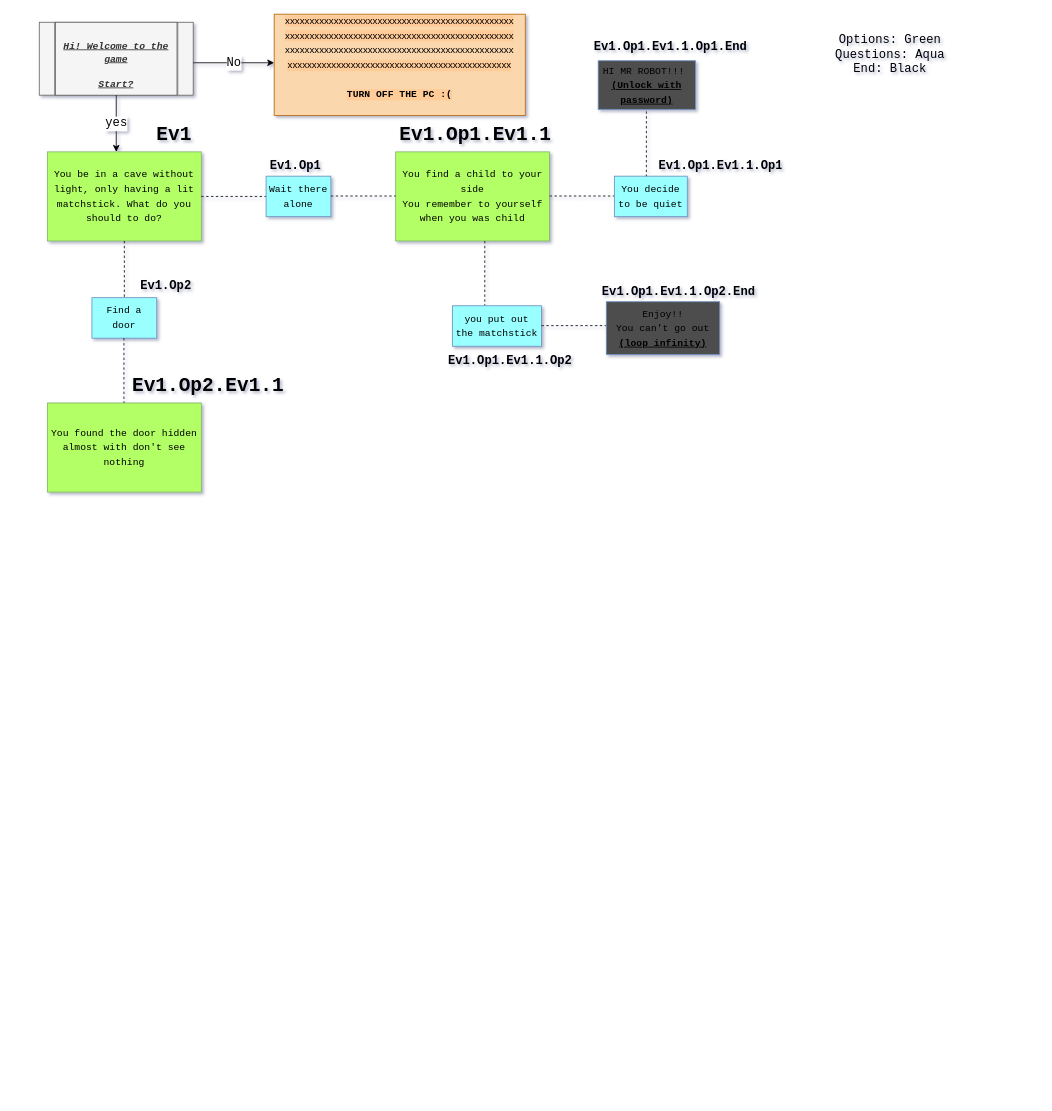
The draw.io diagram Untitled .drawio in Trex-Codes/Find-The-Exit, before the edit. Source tidied: cells renumbered, new cells numbered last; positions are measured from the earlier drawing's top-left corner, leaving out a move shared by most shapes. Both pictures are drawn from the tidied source at 81%, with x=0, y=0 at pixel (39, 14).
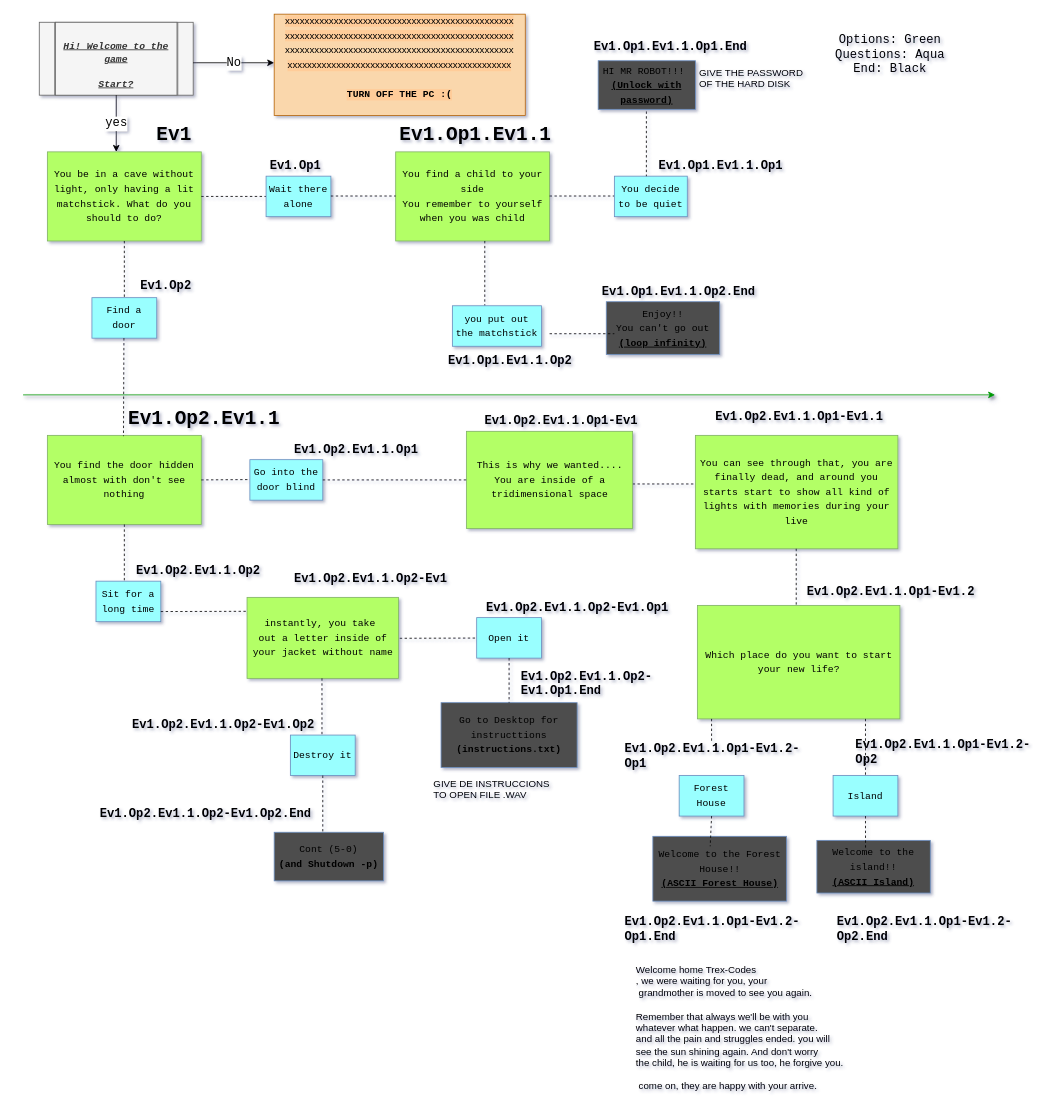
The same diagram, later.

Diff of the diagram source:
```diff
@@
     <mxCell id="23" value="&lt;h1 style=&quot;font-size: 15px;&quot;&gt;Ev1.Op1.Ev1.1&lt;span style=&quot;background-color: initial;&quot;&gt;.&lt;/span&gt;Op1&lt;/h1&gt;" style="text;html=1;strokeColor=none;fillColor=none;spacing=5;spacingTop=-20;whiteSpace=wrap;overflow=hidden;rounded=0;fontFamily=Courier New;fontSize=12;" parent="1" vertex="1">
-      <mxGeometry x="760" y="180" width="160" height="20" as="geometry" />
+      <mxGeometry x="760" y="180" width="170" height="20" as="geometry" />
     </mxCell>
@@
     <mxCell id="28" style="endArrow=none;dashed=1;html=1;rounded=0;fontFamily=Courier New;fontSize=12;exitX=1;exitY=0.5;exitDx=0;exitDy=0;" parent="1" edge="1">
       <mxGeometry relative="1" as="geometry">
-        <mxPoint x="620" y="384.5" as="sourcePoint" />
-        <mxPoint x="700" y="384.5" as="targetPoint" />
+        <mxPoint x="732.5" y="580" as="sourcePoint" />
+        <mxPoint x="812.5" y="580" as="targetPoint" />
       </mxGeometry>
     </mxCell>
@@
-    <mxCell id="31" value="&lt;font style=&quot;&quot;&gt;&lt;span style=&quot;font-size: 12px;&quot;&gt;You found the door hidden almost with don't see nothing&lt;/span&gt;&lt;br&gt;&lt;/font&gt;" style="rounded=0;whiteSpace=wrap;html=1;fontFamily=Courier New;fontSize=15;fillColor=#B3FF66;strokeColor=#82b366;" parent="1" vertex="1">
-      <mxGeometry x="10" y="480" width="190" height="110" as="geometry" />
+    <mxCell id="31" value="&lt;font&gt;&lt;span style=&quot;font-size: 12px&quot;&gt;You find the door hidden almost with don't see nothing&lt;/span&gt;&lt;br&gt;&lt;/font&gt;" style="rounded=0;whiteSpace=wrap;html=1;fontFamily=Courier New;fontSize=15;fillColor=#B3FF66;strokeColor=#82b366;" parent="1" vertex="1">
+      <mxGeometry x="10" y="520" width="190" height="110" as="geometry" />
     </mxCell>
-    <mxCell id="32" style="endArrow=none;dashed=1;html=1;rounded=0;fontFamily=Courier New;fontSize=12;exitX=0.5;exitY=1;exitDx=0;exitDy=0;" parent="1" edge="1">
+    <mxCell id="32" style="endArrow=none;dashed=1;html=1;rounded=0;fontFamily=Courier New;fontSize=12;exitX=0.5;exitY=1;exitDx=0;exitDy=0;entryX=-0.005;entryY=1.025;entryDx=0;entryDy=0;entryPerimeter=0;" parent="1" edge="1" target="34">
       <mxGeometry relative="1" as="geometry">
         <mxPoint x="104.5" y="400" as="sourcePoint" />
-        <mxPoint x="104.5" y="480" as="targetPoint" />
       </mxGeometry>
     </mxCell>
@@
     <mxCell id="34" value="&lt;h1&gt;Ev1.Op2.Ev1.1&lt;/h1&gt;" style="text;html=1;strokeColor=none;fillColor=none;spacing=5;spacingTop=-20;whiteSpace=wrap;overflow=hidden;rounded=0;fontFamily=Courier New;fontSize=12;" parent="1" vertex="1">
-      <mxGeometry x="110" y="440" width="210" height="40" as="geometry" />
+      <mxGeometry x="105" y="480" width="210" height="40" as="geometry" />
     </mxCell>
+    <mxCell id="35" style="html=1;strokeColor=#009900;shadow=1;fillColor=#97D077;" parent="1" edge="1">
+      <mxGeometry relative="1" as="geometry">
+        <mxPoint x="-20" y="470" as="sourcePoint" />
+        <mxPoint x="1180" y="470" as="targetPoint" />
+      </mxGeometry>
+    </mxCell>
+    <mxCell id="36" style="endArrow=none;dashed=1;html=1;rounded=0;fontFamily=Courier New;fontSize=12;exitX=1;exitY=0.5;exitDx=0;exitDy=0;" parent="1" edge="1" source="31">
+      <mxGeometry relative="1" as="geometry">
+        <mxPoint x="270" y="574.5" as="targetPoint" />
+      </mxGeometry>
+    </mxCell>
+    <mxCell id="37" style="endArrow=none;dashed=1;html=1;rounded=0;fontFamily=Courier New;fontSize=12;exitX=0.5;exitY=1;exitDx=0;exitDy=0;" parent="1" edge="1">
+      <mxGeometry relative="1" as="geometry">
+        <mxPoint x="105" y="630" as="sourcePoint" />
+        <mxPoint x="105" y="710" as="targetPoint" />
+      </mxGeometry>
+    </mxCell>
+    <mxCell id="38" value="&lt;font style=&quot;font-size: 12px&quot;&gt;Go into the door blind&lt;/font&gt;" style="rounded=0;whiteSpace=wrap;html=1;fontFamily=Courier New;fontSize=15;fillColor=#99FFFF;strokeColor=#6c8ebf;" parent="1" vertex="1">
+      <mxGeometry x="260" y="550" width="90" height="50" as="geometry" />
+    </mxCell>
+    <mxCell id="39" value="&lt;font style=&quot;font-size: 12px&quot;&gt;Sit for a long time&lt;/font&gt;" style="rounded=0;whiteSpace=wrap;html=1;fontFamily=Courier New;fontSize=15;fillColor=#99FFFF;strokeColor=#6c8ebf;" parent="1" vertex="1">
+      <mxGeometry x="70" y="700" width="80" height="50" as="geometry" />
+    </mxCell>
+    <mxCell id="40" value="&lt;h1 style=&quot;font-size: 15px&quot;&gt;Ev1.Op2.Ev1.1.Op1&lt;/h1&gt;" style="text;html=1;strokeColor=none;fillColor=none;spacing=5;spacingTop=-20;whiteSpace=wrap;overflow=hidden;rounded=0;fontFamily=Courier New;fontSize=12;" parent="1" vertex="1">
+      <mxGeometry x="310" y="530" width="190" height="40" as="geometry" />
+    </mxCell>
+    <mxCell id="41" value="&lt;h1 style=&quot;font-size: 15px&quot;&gt;Ev1.Op2.Ev1.1.Op2&lt;/h1&gt;&lt;div&gt;&lt;br&gt;&lt;/div&gt;" style="text;html=1;strokeColor=none;fillColor=none;spacing=5;spacingTop=-20;whiteSpace=wrap;overflow=hidden;rounded=0;fontFamily=Courier New;fontSize=12;" parent="1" vertex="1">
+      <mxGeometry x="115" y="680" width="190" height="40" as="geometry" />
+    </mxCell>
+    <mxCell id="42" value="&lt;div&gt;&lt;font style=&quot;font-size: 12px&quot; face=&quot;Courier New&quot;&gt;&lt;font style=&quot;font-size: 12px&quot;&gt;This is why we wanted.... &lt;/font&gt;&lt;br&gt;&lt;/font&gt;&lt;/div&gt;&lt;div&gt;&lt;font style=&quot;font-size: 12px&quot; face=&quot;Courier New&quot;&gt;You are inside of a tridimensional space&lt;br&gt;&lt;/font&gt;&lt;/div&gt;" style="rounded=0;whiteSpace=wrap;html=1;fontFamily=Courier New;fontSize=15;fillColor=#B3FF66;strokeColor=#82b366;" parent="1" vertex="1">
+      <mxGeometry x="527.5" y="515" width="205" height="120" as="geometry" />
+    </mxCell>
+    <mxCell id="43" style="endArrow=none;dashed=1;html=1;rounded=0;fontFamily=Courier New;fontSize=12;exitX=1;exitY=0.5;exitDx=0;exitDy=0;entryX=0;entryY=0.5;entryDx=0;entryDy=0;" parent="1" edge="1" source="38" target="42">
+      <mxGeometry relative="1" as="geometry" />
+    </mxCell>
+    <mxCell id="44" value="&lt;div align=&quot;center&quot;&gt;&lt;pre class=&quot;tw-data-text tw-text-large tw-ta&quot; id=&quot;tw-target-text&quot; dir=&quot;ltr&quot;&gt;&lt;font style=&quot;font-size: 12px&quot;&gt;&lt;span class=&quot;Y2IQFc&quot; lang=&quot;en&quot;&gt;instantly&lt;/span&gt;, you take &lt;br&gt;out a letter inside of&lt;br&gt;your jacket without name&lt;br&gt;&lt;/font&gt;&lt;/pre&gt;&lt;/div&gt;" style="rounded=0;whiteSpace=wrap;html=1;fontFamily=Courier New;fontSize=15;fillColor=#B3FF66;strokeColor=#82b366;align=center;" parent="1" vertex="1">
+      <mxGeometry x="256.5" y="720" width="187" height="100" as="geometry" />
+    </mxCell>
+    <mxCell id="45" style="endArrow=none;dashed=1;html=1;rounded=0;fontFamily=Courier New;fontSize=12;exitX=1;exitY=0.75;exitDx=0;exitDy=0;entryX=-0.005;entryY=0.172;entryDx=0;entryDy=0;entryPerimeter=0;" parent="1" edge="1" source="39" target="44">
+      <mxGeometry relative="1" as="geometry" />
+    </mxCell>
+    <mxCell id="46" style="endArrow=none;dashed=1;html=1;rounded=0;fontFamily=Courier New;fontSize=12;exitX=1;exitY=0.5;exitDx=0;exitDy=0;" parent="1" edge="1">
+      <mxGeometry relative="1" as="geometry">
+        <mxPoint x="630" y="394.5" as="sourcePoint" />
+        <mxPoint x="710" y="394.5" as="targetPoint" />
+      </mxGeometry>
+    </mxCell>
+    <mxCell id="47" value="&lt;font style=&quot;font-size: 12px&quot;&gt;You can see through that, you are finally dead, and around you starts start to show all kind of lights with memories during your live&lt;/font&gt;&lt;font style=&quot;font-size: 12px&quot;&gt;&lt;br&gt;&lt;/font&gt;" style="rounded=0;whiteSpace=wrap;html=1;fontFamily=Courier New;fontSize=15;fillColor=#B3FF66;strokeColor=#82b366;" parent="1" vertex="1">
+      <mxGeometry x="810" y="520" width="250" height="140" as="geometry" />
+    </mxCell>
+    <mxCell id="48" style="endArrow=none;dashed=1;html=1;rounded=0;fontFamily=Courier New;fontSize=12;exitX=0.5;exitY=1;exitDx=0;exitDy=0;" parent="1" edge="1">
+      <mxGeometry relative="1" as="geometry">
+        <mxPoint x="934.5" y="660" as="sourcePoint" />
+        <mxPoint x="934.5" y="740" as="targetPoint" />
+      </mxGeometry>
+    </mxCell>
+    <mxCell id="49" value="&lt;font style=&quot;font-size: 12px&quot;&gt;Welcome to the island!!&lt;br&gt;&lt;b&gt;&lt;u&gt;(ASCII Island)&lt;/u&gt;&lt;/b&gt;&lt;br&gt;&lt;/font&gt;" style="rounded=0;whiteSpace=wrap;html=1;fontFamily=Courier New;fontSize=15;fillColor=#4D4D4D;strokeColor=#6c8ebf;" parent="1" vertex="1">
+      <mxGeometry x="960" y="1020" width="140" height="65" as="geometry" />
+    </mxCell>
+    <mxCell id="50" style="endArrow=none;dashed=1;html=1;rounded=0;fontFamily=Courier New;fontSize=12;exitX=1;exitY=0.75;exitDx=0;exitDy=0;entryX=-0.005;entryY=0.172;entryDx=0;entryDy=0;entryPerimeter=0;" parent="1" edge="1">
+      <mxGeometry relative="1" as="geometry">
+        <mxPoint x="445" y="770.5" as="sourcePoint" />
+        <mxPoint x="550.6" y="770.2" as="targetPoint" />
+      </mxGeometry>
+    </mxCell>
+    <mxCell id="51" style="endArrow=none;dashed=1;html=1;rounded=0;fontFamily=Courier New;fontSize=12;exitX=0.5;exitY=1;exitDx=0;exitDy=0;" parent="1" edge="1">
+      <mxGeometry relative="1" as="geometry">
+        <mxPoint x="349" y="820" as="sourcePoint" />
+        <mxPoint x="349" y="900" as="targetPoint" />
+      </mxGeometry>
+    </mxCell>
+    <mxCell id="52" value="&lt;font style=&quot;font-size: 12px&quot;&gt;Open it&lt;/font&gt;" style="rounded=0;whiteSpace=wrap;html=1;fontFamily=Courier New;fontSize=15;fillColor=#99FFFF;strokeColor=#6c8ebf;" parent="1" vertex="1">
+      <mxGeometry x="540" y="745" width="80" height="50" as="geometry" />
+    </mxCell>
+    <mxCell id="53" value="&lt;font style=&quot;font-size: 12px&quot;&gt;Destroy it&lt;/font&gt;" style="rounded=0;whiteSpace=wrap;html=1;fontFamily=Courier New;fontSize=15;fillColor=#99FFFF;strokeColor=#6c8ebf;" parent="1" vertex="1">
+      <mxGeometry x="310" y="890" width="80" height="50" as="geometry" />
+    </mxCell>
+    <mxCell id="54" value="&lt;font style=&quot;font-size: 12px&quot;&gt;Island&lt;/font&gt;" style="rounded=0;whiteSpace=wrap;html=1;fontFamily=Courier New;fontSize=15;fillColor=#99FFFF;strokeColor=#6c8ebf;" parent="1" vertex="1">
+      <mxGeometry x="980" y="940" width="80" height="50" as="geometry" />
+    </mxCell>
+    <mxCell id="55" value="&lt;font style=&quot;font-size: 12px&quot;&gt;Which place do you want to start your new life?&lt;/font&gt;&lt;font style=&quot;font-size: 12px&quot;&gt;&lt;br&gt;&lt;/font&gt;" style="rounded=0;whiteSpace=wrap;html=1;fontFamily=Courier New;fontSize=15;fillColor=#B3FF66;strokeColor=#82b366;" parent="1" vertex="1">
+      <mxGeometry x="812.5" y="730" width="250" height="140" as="geometry" />
+    </mxCell>
+    <mxCell id="56" style="endArrow=none;dashed=1;html=1;rounded=0;fontFamily=Courier New;fontSize=12;exitX=0.5;exitY=1;exitDx=0;exitDy=0;entryX=0.5;entryY=0;entryDx=0;entryDy=0;" parent="1" edge="1" target="54">
+      <mxGeometry relative="1" as="geometry">
+        <mxPoint x="1020" y="870" as="sourcePoint" />
+      </mxGeometry>
+    </mxCell>
+    <mxCell id="57" style="endArrow=none;dashed=1;html=1;rounded=0;fontFamily=Courier New;fontSize=12;exitX=0.5;exitY=1;exitDx=0;exitDy=0;entryX=0.429;entryY=0.154;entryDx=0;entryDy=0;entryPerimeter=0;" parent="1" edge="1" source="54" target="49">
+      <mxGeometry relative="1" as="geometry" />
+    </mxCell>
+    <mxCell id="58" value="&lt;font style=&quot;font-size: 12px&quot;&gt;Welcome to the Forest House!!&lt;br&gt;&lt;b&gt;&lt;u&gt;(ASCII Forest House)&lt;/u&gt;&lt;/b&gt;&lt;br&gt;&lt;/font&gt;" style="rounded=0;whiteSpace=wrap;html=1;fontFamily=Courier New;fontSize=15;fillColor=#4D4D4D;strokeColor=#6c8ebf;" parent="1" vertex="1">
+      <mxGeometry x="757.5" y="1015" width="165" height="80" as="geometry" />
+    </mxCell>
+    <mxCell id="59" value="&lt;div&gt;&lt;font style=&quot;font-size: 12px&quot;&gt;Forest &lt;br&gt;&lt;/font&gt;&lt;/div&gt;&lt;div&gt;&lt;font style=&quot;font-size: 12px&quot;&gt;House&lt;br&gt;&lt;/font&gt;&lt;/div&gt;" style="rounded=0;whiteSpace=wrap;html=1;fontFamily=Courier New;fontSize=15;fillColor=#99FFFF;strokeColor=#6c8ebf;" parent="1" vertex="1">
+      <mxGeometry x="790" y="940" width="80" height="50" as="geometry" />
+    </mxCell>
+    <mxCell id="60" style="endArrow=none;dashed=1;html=1;rounded=0;fontFamily=Courier New;fontSize=12;exitX=0.5;exitY=1;exitDx=0;exitDy=0;entryX=0.5;entryY=0;entryDx=0;entryDy=0;" parent="1" edge="1" source="77" target="59">
+      <mxGeometry relative="1" as="geometry" />
+    </mxCell>
+    <mxCell id="61" style="endArrow=none;dashed=1;html=1;rounded=0;fontFamily=Courier New;fontSize=12;exitX=0.5;exitY=1;exitDx=0;exitDy=0;entryX=0.429;entryY=0.154;entryDx=0;entryDy=0;entryPerimeter=0;" parent="1" edge="1" source="59" target="58">
+      <mxGeometry relative="1" as="geometry" />
+    </mxCell>
+    <mxCell id="62" value="&lt;div&gt;Welcome home Trex-Codes&lt;/div&gt;&lt;div&gt;, we were waiting for you, your&lt;/div&gt;&lt;div&gt;&amp;nbsp;grandmother is moved to see you again.&lt;/div&gt;&lt;div&gt;&lt;br&gt;&lt;/div&gt;&lt;div&gt;Remember that always we'll be with you&lt;/div&gt;&lt;div&gt;whatever what happen. we can't separate.&lt;/div&gt;&lt;div&gt;and all the pain and struggles ended. you will &lt;br&gt;&lt;/div&gt;&lt;div&gt;see the sun shining again. And don't worry&lt;/div&gt;&lt;div&gt;the child, he is waiting for us too, he forgive you.&lt;/div&gt;&lt;div&gt;&lt;br&gt;&lt;/div&gt;&lt;div&gt;&amp;nbsp;come on, they are happy with your arrive.&lt;br&gt;&lt;/div&gt;" style="text;html=1;align=left;verticalAlign=top;spacingTop=-4;" parent="1" vertex="1">
+      <mxGeometry x="735" y="1170" width="270" height="160" as="geometry" />
+    </mxCell>
+    <mxCell id="63" style="endArrow=none;dashed=1;html=1;rounded=0;fontFamily=Courier New;fontSize=12;exitX=0.5;exitY=1;exitDx=0;exitDy=0;" parent="1" edge="1">
+      <mxGeometry relative="1" as="geometry">
+        <mxPoint x="350" y="940" as="sourcePoint" />
+        <mxPoint x="350" y="1020" as="targetPoint" />
+      </mxGeometry>
+    </mxCell>
+    <mxCell id="64" value="&lt;div&gt;&lt;font style=&quot;font-size: 12px&quot;&gt;Cont (5-0)&lt;/font&gt;&lt;/div&gt;&lt;div&gt;&lt;font style=&quot;font-size: 12px&quot;&gt;&lt;b&gt;(and Shutdown -p)&lt;/b&gt;&lt;/font&gt;&lt;/div&gt;" style="rounded=0;whiteSpace=wrap;html=1;fontFamily=Courier New;fontSize=15;fillColor=#4D4D4D;strokeColor=#6c8ebf;" parent="1" vertex="1">
+      <mxGeometry x="290" y="1010" width="135" height="60" as="geometry" />
+    </mxCell>
+    <mxCell id="65" value="&lt;div&gt;&lt;font style=&quot;font-size: 12px&quot;&gt;Go to Desktop for instructtions&lt;/font&gt;&lt;/div&gt;&lt;div&gt;&lt;font style=&quot;font-size: 12px&quot;&gt;&lt;b&gt;(instructions.txt)&lt;/b&gt;&lt;br&gt;&lt;/font&gt;&lt;/div&gt;" style="rounded=0;whiteSpace=wrap;html=1;fontFamily=Courier New;fontSize=15;fillColor=#4D4D4D;strokeColor=#6c8ebf;" parent="1" vertex="1">
+      <mxGeometry x="496" y="850" width="168" height="80" as="geometry" />
+    </mxCell>
+    <mxCell id="66" style="endArrow=none;dashed=1;html=1;rounded=0;fontFamily=Courier New;fontSize=12;exitX=0.5;exitY=1;exitDx=0;exitDy=0;entryX=0.5;entryY=0;entryDx=0;entryDy=0;" parent="1" edge="1" source="52" target="65">
+      <mxGeometry relative="1" as="geometry" />
+    </mxCell>
+    <mxCell id="67" value="&lt;div&gt;GIVE THE PASSWORD&lt;/div&gt;&lt;div&gt;OF THE HARD DISK&lt;br&gt;&lt;/div&gt;" style="text;html=1;align=left;verticalAlign=top;spacingTop=-4;" parent="1" vertex="1">
+      <mxGeometry x="812.5" y="62.5" width="140" height="30" as="geometry" />
+    </mxCell>
+    <mxCell id="68" value="&lt;div&gt;GIVE DE INSTRUCCIONS &lt;br&gt;&lt;/div&gt;&lt;div&gt;TO OPEN FILE .WAV&lt;/div&gt;" style="text;html=1;align=left;verticalAlign=top;spacingTop=-4;" parent="1" vertex="1">
+      <mxGeometry x="485" y="940" width="160" height="30" as="geometry" />
+    </mxCell>
+    <mxCell id="69" value="&lt;h1 style=&quot;font-size: 15px&quot;&gt;Ev1.Op2.Ev1.1.Op2-Ev1&lt;/h1&gt;&lt;div&gt;&lt;br&gt;&lt;/div&gt;" style="text;html=1;strokeColor=none;fillColor=none;spacing=5;spacingTop=-20;whiteSpace=wrap;overflow=hidden;rounded=0;fontFamily=Courier New;fontSize=12;" parent="1" vertex="1">
+      <mxGeometry x="310" y="690" width="230" height="40" as="geometry" />
+    </mxCell>
+    <mxCell id="70" value="&lt;h1 style=&quot;font-size: 15px&quot;&gt;Ev1.Op2.Ev1.1.Op2-Ev1.Op1&lt;/h1&gt;&lt;div&gt;&lt;br&gt;&lt;/div&gt;" style="text;html=1;strokeColor=none;fillColor=none;spacing=5;spacingTop=-20;whiteSpace=wrap;overflow=hidden;rounded=0;fontFamily=Courier New;fontSize=12;" parent="1" vertex="1">
+      <mxGeometry x="546.5" y="725" width="260" height="40" as="geometry" />
+    </mxCell>
+    <mxCell id="71" value="&lt;h1 style=&quot;font-size: 15px&quot;&gt;Ev1.Op2.Ev1.1.Op2-Ev1.Op2&lt;/h1&gt;&lt;div&gt;&lt;br&gt;&lt;/div&gt;" style="text;html=1;strokeColor=none;fillColor=none;spacing=5;spacingTop=-20;whiteSpace=wrap;overflow=hidden;rounded=0;fontFamily=Courier New;fontSize=12;" parent="1" vertex="1">
+      <mxGeometry x="110" y="870" width="260" height="40" as="geometry" />
+    </mxCell>
+    <mxCell id="72" value="&lt;h1 style=&quot;font-size: 15px&quot;&gt;Ev1.Op2.Ev1.1.Op2-Ev1.Op2.End&lt;/h1&gt;&lt;div&gt;&lt;br&gt;&lt;/div&gt;" style="text;html=1;strokeColor=none;fillColor=none;spacing=5;spacingTop=-20;whiteSpace=wrap;overflow=hidden;rounded=0;fontFamily=Courier New;fontSize=12;" parent="1" vertex="1">
+      <mxGeometry x="70" y="980" width="280" height="40" as="geometry" />
+    </mxCell>
+    <mxCell id="73" value="&lt;h1 style=&quot;font-size: 15px&quot;&gt;Ev1.Op2.Ev1.1.Op2-Ev1.Op1.End&lt;/h1&gt;&lt;div&gt;&lt;br&gt;&lt;/div&gt;" style="text;html=1;strokeColor=none;fillColor=none;spacing=5;spacingTop=-20;whiteSpace=wrap;overflow=hidden;rounded=0;fontFamily=Courier New;fontSize=12;" parent="1" vertex="1">
+      <mxGeometry x="590" y="810" width="260" height="40" as="geometry" />
+    </mxCell>
+    <mxCell id="74" value="&lt;h1 style=&quot;font-size: 15px&quot;&gt;Ev1.Op2.Ev1.1.Op1-Ev1&lt;/h1&gt;" style="text;html=1;strokeColor=none;fillColor=none;spacing=5;spacingTop=-20;whiteSpace=wrap;overflow=hidden;rounded=0;fontFamily=Courier New;fontSize=12;" parent="1" vertex="1">
+      <mxGeometry x="545" y="495" width="225" height="40" as="geometry" />
+    </mxCell>
+    <mxCell id="75" value="&lt;h1 style=&quot;font-size: 15px&quot;&gt;Ev1.Op2.Ev1.1.Op1-Ev1.1&lt;/h1&gt;" style="text;html=1;strokeColor=none;fillColor=none;spacing=5;spacingTop=-20;whiteSpace=wrap;overflow=hidden;rounded=0;fontFamily=Courier New;fontSize=12;" parent="1" vertex="1">
+      <mxGeometry x="830" y="490" width="225" height="40" as="geometry" />
+    </mxCell>
+    <mxCell id="76" value="&lt;h1 style=&quot;font-size: 15px&quot;&gt;Ev1.Op2.Ev1.1.Op1-Ev1.2&lt;/h1&gt;" style="text;html=1;strokeColor=none;fillColor=none;spacing=5;spacingTop=-20;whiteSpace=wrap;overflow=hidden;rounded=0;fontFamily=Courier New;fontSize=12;" parent="1" vertex="1">
+      <mxGeometry x="942.5" y="705" width="225" height="40" as="geometry" />
+    </mxCell>
+    <mxCell id="77" value="&lt;h1 style=&quot;font-size: 15px&quot;&gt;Ev1.Op2.Ev1.1.Op1-Ev1.2-Op1&lt;/h1&gt;" style="text;html=1;strokeColor=none;fillColor=none;spacing=5;spacingTop=-20;whiteSpace=wrap;overflow=hidden;rounded=0;fontFamily=Courier New;fontSize=12;" parent="1" vertex="1">
+      <mxGeometry x="717.5" y="900" width="225" height="40" as="geometry" />
+    </mxCell>
+    <mxCell id="78" style="endArrow=none;dashed=1;html=1;rounded=0;fontFamily=Courier New;fontSize=12;exitX=0.5;exitY=1;exitDx=0;exitDy=0;entryX=0.5;entryY=0;entryDx=0;entryDy=0;" parent="1" edge="1" target="77">
+      <mxGeometry relative="1" as="geometry">
+        <mxPoint x="830" y="870" as="sourcePoint" />
+      </mxGeometry>
+    </mxCell>
+    <mxCell id="79" value="&lt;h1 style=&quot;font-size: 15px&quot;&gt;Ev1.Op2.Ev1.1.Op1-Ev1.2-Op2&lt;/h1&gt;" style="text;html=1;strokeColor=none;fillColor=none;spacing=5;spacingTop=-20;whiteSpace=wrap;overflow=hidden;rounded=0;fontFamily=Courier New;fontSize=12;" parent="1" vertex="1">
+      <mxGeometry x="1002.5" y="895" width="225" height="40" as="geometry" />
+    </mxCell>
+    <mxCell id="80" value="&lt;h1 style=&quot;font-size: 15px&quot;&gt;Ev1.Op2.Ev1.1.Op1-Ev1.2-Op1.End&lt;/h1&gt;" style="text;html=1;strokeColor=none;fillColor=none;spacing=5;spacingTop=-20;whiteSpace=wrap;overflow=hidden;rounded=0;fontFamily=Courier New;fontSize=12;" parent="1" vertex="1">
+      <mxGeometry x="717.5" y="1112.5" width="225" height="40" as="geometry" />
+    </mxCell>
+    <mxCell id="81" value="&lt;h1 style=&quot;font-size: 15px&quot;&gt;Ev1.Op2.Ev1.1.Op1-Ev1.2-Op2.End&lt;/h1&gt;" style="text;html=1;strokeColor=none;fillColor=none;spacing=5;spacingTop=-20;whiteSpace=wrap;overflow=hidden;rounded=0;fontFamily=Courier New;fontSize=12;" parent="1" vertex="1">
+      <mxGeometry x="980" y="1112.5" width="225" height="40" as="geometry" />
+    </mxCell>
```
